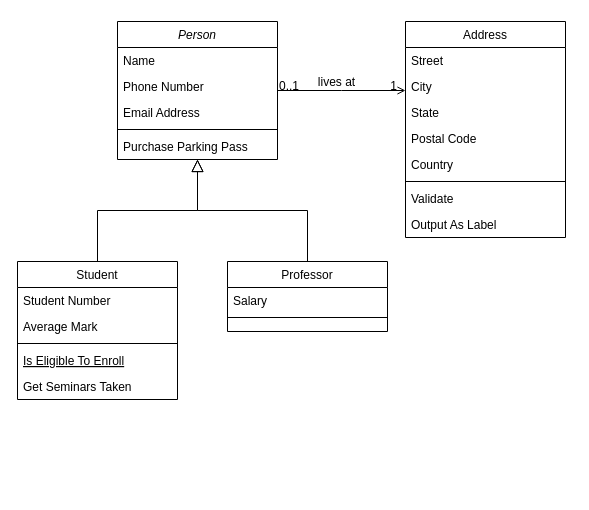
The draw.io diagram 未命名绘图.drawio in sankxuan/website, before the edit. Source tidied: cells renumbered, new cells numbered last; positions are measured from the earlier drawing's top-left corner, leaving out a move shared by most shapes. Both pictures are drawn from the tidied source at 100%, with x=0, y=0 at pixel (17, 21).
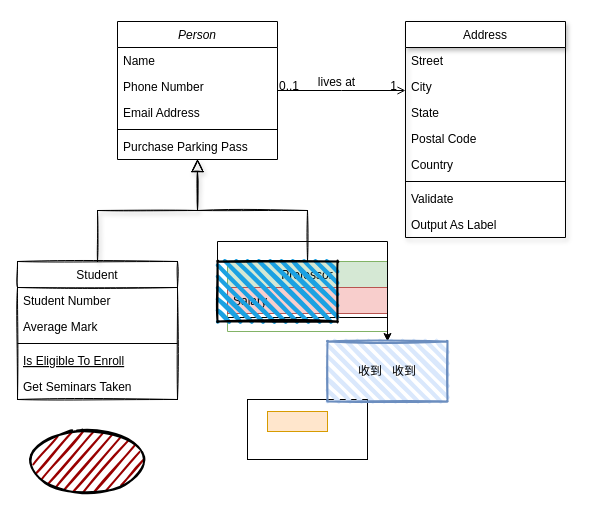
The same page after the edit.

Commit message:
更新未命名绘图.drawio

The change refers to these unchanged cells:
```xml
<mxCell id="2" value="Person" style="swimlane;fontStyle=2;align=center;verticalAlign=top;horizontal=1;startSize=26;rounded=0;shadow=0;strokeWidth=1;" parent="1" vertex="1">
  <mxGeometry x="100" width="160" height="138" as="geometry" />
</mxCell>
```

Diff of the diagram source:
```diff
@@
-    <mxCell id="8" value="Student" style="swimlane;fontStyle=0;align=center;verticalAlign=top;horizontal=1;startSize=26;rounded=0;shadow=0;strokeWidth=1;" parent="1" vertex="1">
+    <mxCell id="8" value="Student" style="swimlane;fontStyle=0;align=center;verticalAlign=top;horizontal=1;startSize=26;rounded=0;shadow=0;strokeWidth=1;sketch=1;" parent="1" vertex="1">
       <mxGeometry y="240" width="160" height="138" as="geometry" />
     </mxCell>
@@
-    <mxCell id="14" style="endArrow=block;endSize=10;endFill=0;shadow=0;strokeWidth=1;rounded=0;edgeStyle=elbowEdgeStyle;elbow=vertical;" parent="1" edge="1" source="8" target="2">
+    <mxCell id="14" style="endArrow=block;endSize=10;endFill=0;shadow=1;strokeWidth=1;rounded=0;edgeStyle=elbowEdgeStyle;elbow=vertical;sketch=1;" parent="1" edge="1" source="8" target="2">
       <mxGeometry relative="1" as="geometry" />
     </mxCell>
-    <mxCell id="15" value="Professor" style="swimlane;fontStyle=0;align=center;verticalAlign=top;horizontal=1;startSize=26;rounded=0;shadow=0;strokeWidth=1;" parent="1" vertex="1">
+    <mxCell id="15" value="Professor" style="swimlane;fontStyle=0;align=center;verticalAlign=top;horizontal=1;startSize=26;rounded=0;shadow=0;strokeWidth=1;fillColor=#d5e8d4;strokeColor=#82b366;" parent="1" vertex="1">
       <mxGeometry x="210" y="240" width="160" height="70" as="geometry" />
     </mxCell>
-    <mxCell id="16" value="Salary" style="text;align=left;verticalAlign=top;spacingLeft=4;spacingRight=4;overflow=hidden;" parent="15" vertex="1">
+    <mxCell id="16" value="Salary" style="text;align=left;verticalAlign=top;spacingLeft=4;spacingRight=4;overflow=hidden;fillColor=#f8cecc;strokeColor=#b85450;" parent="15" vertex="1">
       <mxGeometry y="26" width="160" height="26" as="geometry" />
     </mxCell>
@@
-    <mxCell id="18" style="endArrow=block;endSize=10;endFill=0;shadow=0;strokeWidth=1;rounded=0;edgeStyle=elbowEdgeStyle;elbow=vertical;" parent="1" edge="1" source="15" target="2">
+    <mxCell id="18" style="endArrow=block;endSize=10;endFill=0;shadow=0;strokeWidth=1;rounded=0;edgeStyle=elbowEdgeStyle;elbow=vertical;sketch=1;" parent="1" edge="1" source="15" target="2">
       <mxGeometry relative="1" as="geometry" />
     </mxCell>
-    <mxCell id="19" value="Address" style="swimlane;fontStyle=0;align=center;verticalAlign=top;horizontal=1;startSize=26;rounded=0;shadow=0;strokeWidth=1;" parent="1" vertex="1">
+    <mxCell id="19" value="Address" style="swimlane;fontStyle=0;align=center;verticalAlign=top;horizontal=1;startSize=26;rounded=0;shadow=1;strokeWidth=1;" parent="1" vertex="1">
       <mxGeometry x="388" width="160" height="216" as="geometry" />
     </mxCell>
@@
+    <mxCell id="32" style="rounded=0;whiteSpace=wrap;html=1;" parent="1" vertex="1">
+      <mxGeometry x="230" y="378" width="120" height="60" as="geometry" />
+    </mxCell>
+    <mxCell id="33" style="rounded=0;whiteSpace=wrap;html=1;fillColor=#ffe6cc;strokeColor=#d79b00;" parent="1" vertex="1">
+      <mxGeometry x="250" y="390" width="60" height="20" as="geometry" />
+    </mxCell>
+    <mxCell id="34" style="edgeStyle=orthogonalEdgeStyle;rounded=0;jettySize=auto;html=1;exitX=0;exitY=0;exitDx=0;exitDy=0;" parent="1" edge="1" source="35" target="36">
+      <mxGeometry relative="1" as="geometry" />
+    </mxCell>
+    <mxCell id="35" style="rounded=1;whiteSpace=wrap;html=1;strokeWidth=2;fillWeight=4;hachureGap=8;hachureAngle=45;fillColor=#1ba1e2;sketch=1;arcSize=0;" parent="1" vertex="1">
+      <mxGeometry x="200" y="240" width="120" height="60" as="geometry" />
+    </mxCell>
+    <mxCell id="36" value="收到 &amp;nbsp; 收到" style="rounded=1;whiteSpace=wrap;html=1;strokeWidth=2;fillWeight=4;hachureGap=8;hachureAngle=45;fillColor=#dae8fc;sketch=1;arcSize=0;strokeColor=#6c8ebf;" parent="1" vertex="1">
+      <mxGeometry x="310" y="320" width="120" height="60" as="geometry" />
+    </mxCell>
+    <mxCell id="37" style="ellipse;whiteSpace=wrap;html=1;strokeWidth=2;fillWeight=2;hachureGap=8;fillColor=#990000;fillStyle=dots;sketch=1;" parent="1" vertex="1">
+      <mxGeometry x="10" y="410" width="120" height="60" as="geometry" />
+    </mxCell>
```
